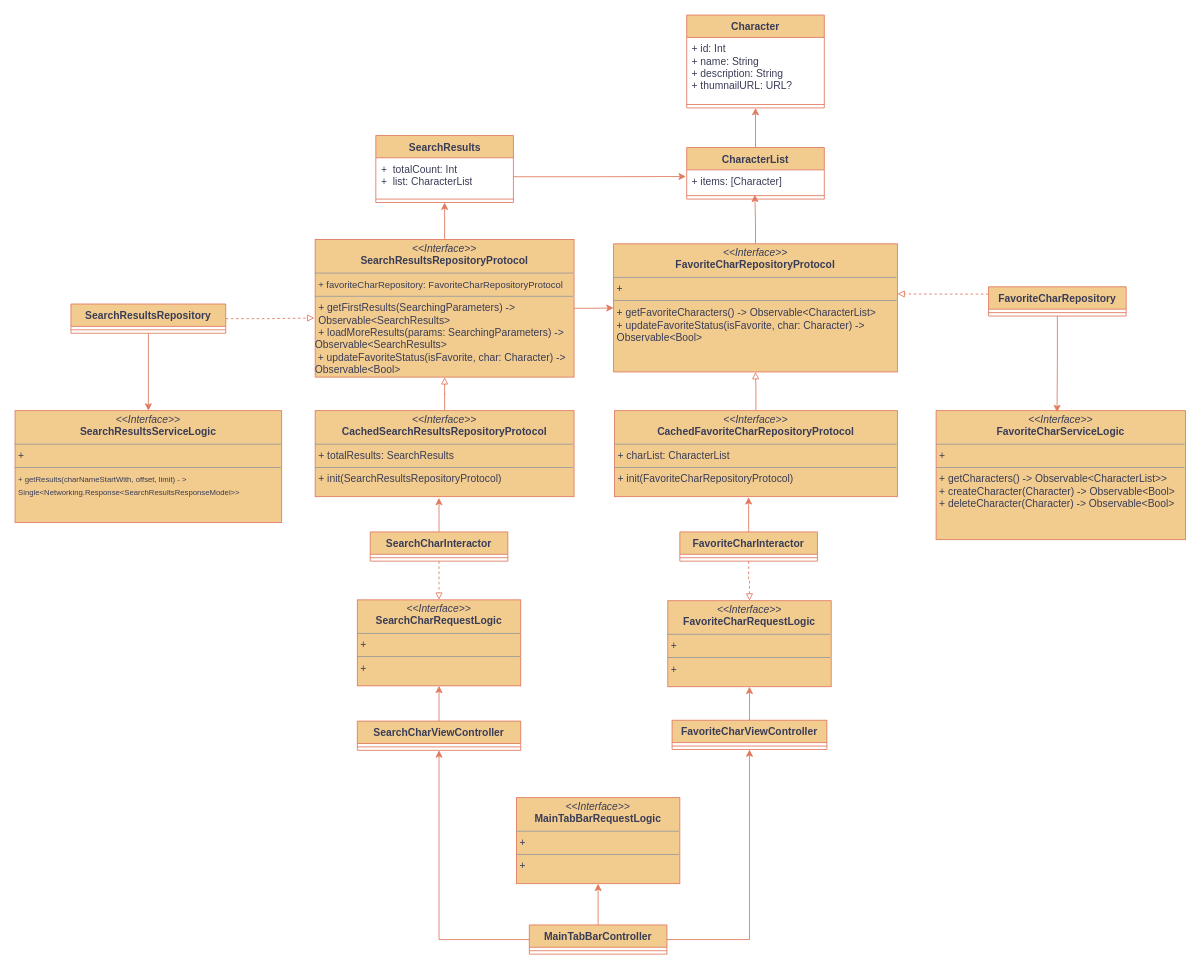
This is Characters.drawio from gookhee/diagrams, a draw.io file, before an edit. Source tidied: cells renumbered, new cells numbered last; positions are measured from the earlier drawing's top-left corner, leaving out a move shared by most shapes. Both pictures are drawn from the tidied source at 86%, with x=0, y=0 at pixel (15, 15).
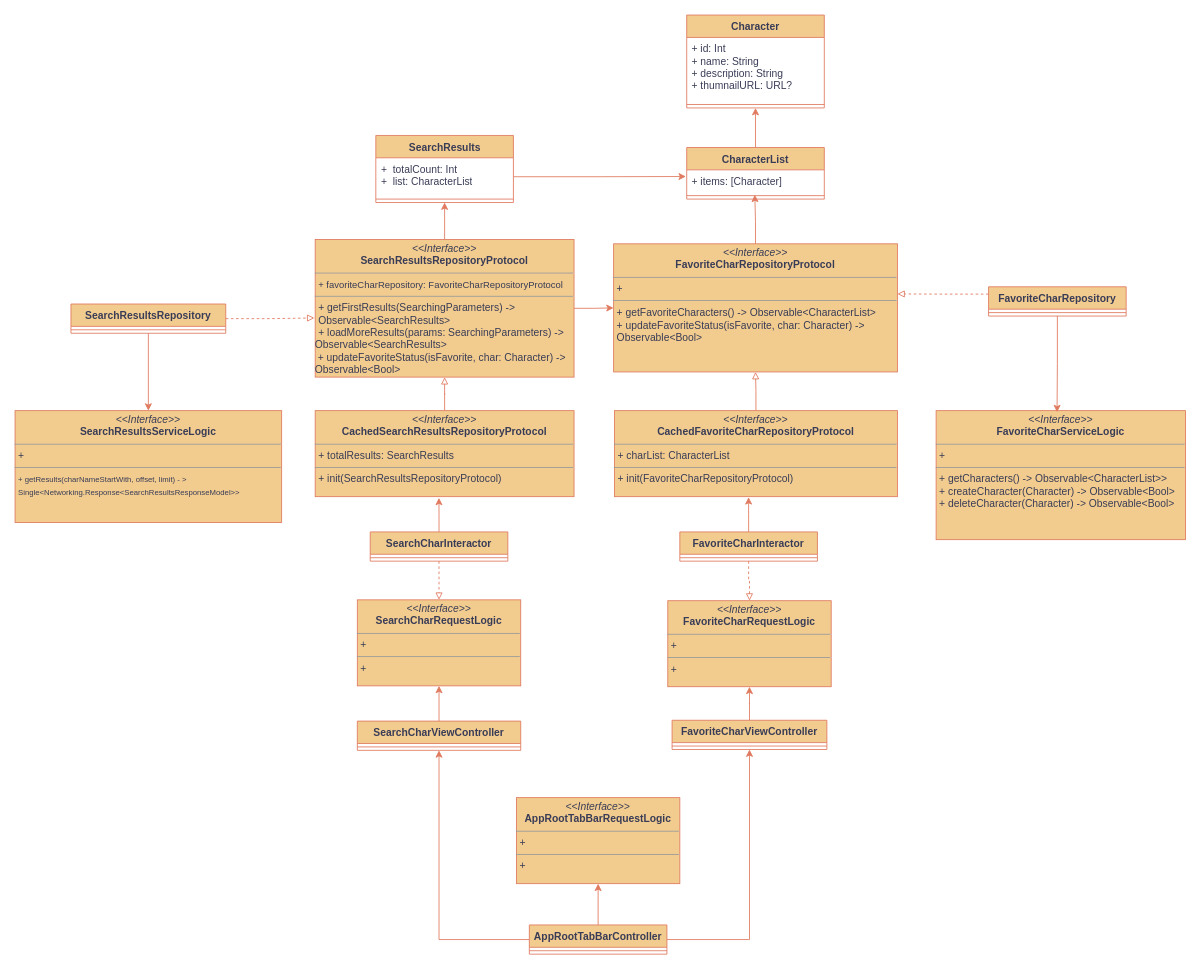
The same page after the edit.

Diff of the diagram source:
```diff
@@
-    <mxCell id="5" value="MainTabBarController" style="swimlane;fontStyle=1;align=center;verticalAlign=top;horizontal=1;startSize=26;whiteSpace=wrap;html=1;labelBackgroundColor=none;fillColor=#F2CC8F;strokeColor=#E07A5F;fontColor=#393C56;" parent="1" vertex="1">
+    <mxCell id="5" value="AppRootTabBarController" style="swimlane;fontStyle=1;align=center;verticalAlign=top;horizontal=1;startSize=26;whiteSpace=wrap;html=1;labelBackgroundColor=none;fillColor=#F2CC8F;strokeColor=#E07A5F;fontColor=#393C56;" parent="1" vertex="1">
       <mxGeometry x="598" y="1058" width="160" height="34" as="geometry" />
     </mxCell>
@@
-    <mxCell id="15" value="&lt;p style=&quot;margin:0px;margin-top:4px;text-align:center;&quot;&gt;&lt;i&gt;&amp;lt;&amp;lt;Interface&amp;gt;&amp;gt;&lt;/i&gt;&lt;br&gt;&lt;b&gt;MainTabBarRequestLogic&lt;/b&gt;&lt;/p&gt;&lt;hr size=&quot;1&quot;&gt;&lt;p style=&quot;margin:0px;margin-left:4px;&quot;&gt;+&amp;nbsp;&lt;br&gt;&lt;/p&gt;&lt;hr size=&quot;1&quot;&gt;&lt;p style=&quot;margin:0px;margin-left:4px;&quot;&gt;+&amp;nbsp;&lt;br&gt;&lt;/p&gt;" style="verticalAlign=top;align=left;overflow=fill;fontSize=12;fontFamily=Helvetica;html=1;whiteSpace=wrap;labelBackgroundColor=none;fillColor=#F2CC8F;strokeColor=#E07A5F;fontColor=#393C56;" parent="1" vertex="1">
+    <mxCell id="15" value="&lt;p style=&quot;margin:0px;margin-top:4px;text-align:center;&quot;&gt;&lt;i&gt;&amp;lt;&amp;lt;Interface&amp;gt;&amp;gt;&lt;/i&gt;&lt;br&gt;&lt;b&gt;AppRootTabBarRequestLogic&lt;/b&gt;&lt;/p&gt;&lt;hr size=&quot;1&quot;&gt;&lt;p style=&quot;margin:0px;margin-left:4px;&quot;&gt;+&amp;nbsp;&lt;br&gt;&lt;/p&gt;&lt;hr size=&quot;1&quot;&gt;&lt;p style=&quot;margin:0px;margin-left:4px;&quot;&gt;+&amp;nbsp;&lt;br&gt;&lt;/p&gt;" style="verticalAlign=top;align=left;overflow=fill;fontSize=12;fontFamily=Helvetica;html=1;whiteSpace=wrap;labelBackgroundColor=none;fillColor=#F2CC8F;strokeColor=#E07A5F;fontColor=#393C56;" parent="1" vertex="1">
       <mxGeometry x="583" y="910" width="190" height="100" as="geometry" />
     </mxCell>
```
